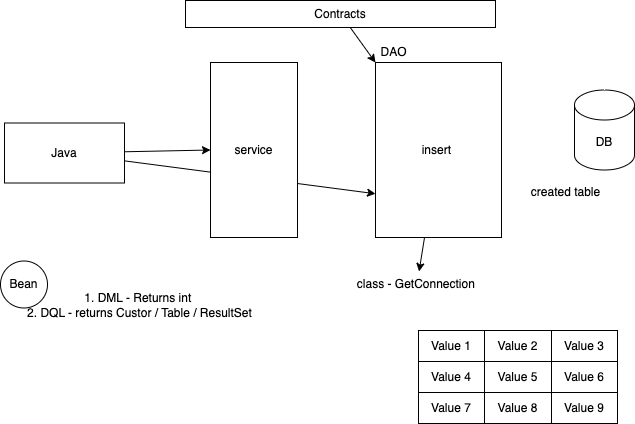
The draw.io diagram images/day5.drawio.png in adithnaveen/sapient-asde-mar-2024, before a commit. Source tidied: cells renumbered, new cells last; positions are measured from the earlier drawing's top-left corner, leaving out a move shared by most shapes.
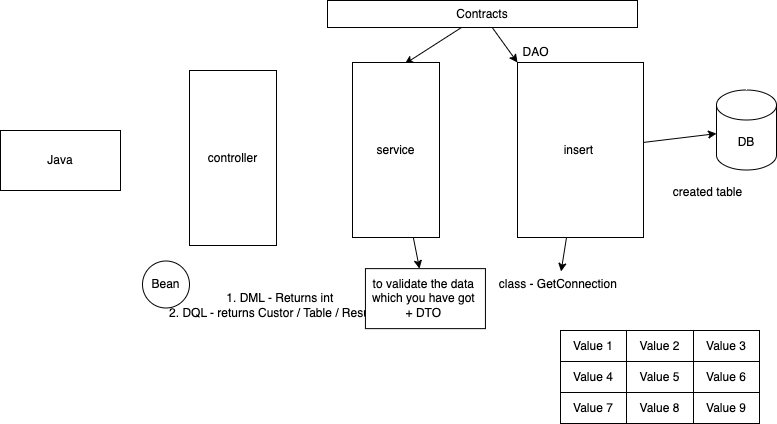
Above is the later version.

Change to the diagram source:
```diff
@@ -5,6 +5,9 @@
     <mxCell id="2" style="edgeStyle=none;html=1;" parent="1" edge="1" source="3" target="14">
       <mxGeometry relative="1" as="geometry" />
     </mxCell>
+    <mxCell id="29" style="edgeStyle=none;html=1;" parent="1" edge="1" source="3" target="4">
+      <mxGeometry relative="1" as="geometry" />
+    </mxCell>
     <mxCell id="3" value="insert&amp;nbsp;" style="rounded=0;whiteSpace=wrap;html=1;" parent="1" vertex="1">
       <mxGeometry x="375" y="62" width="126" height="175" as="geometry" />
     </mxCell>
@@ -14,14 +17,8 @@
     <mxCell id="5" value="created table" style="text;html=1;align=center;verticalAlign=middle;strokeColor=none;fillColor=none;" parent="1" vertex="1">
       <mxGeometry x="521" y="179" width="87" height="26" as="geometry" />
     </mxCell>
-    <mxCell id="6" style="edgeStyle=none;html=1;entryX=0;entryY=0.5;entryDx=0;entryDy=0;" parent="1" edge="1" source="8" target="13">
-      <mxGeometry relative="1" as="geometry" />
-    </mxCell>
-    <mxCell id="7" style="edgeStyle=none;html=1;entryX=0;entryY=0.75;entryDx=0;entryDy=0;" parent="1" edge="1" source="8" target="3">
-      <mxGeometry relative="1" as="geometry" />
-    </mxCell>
     <mxCell id="8" value="Java" style="whiteSpace=wrap;html=1;" parent="1" vertex="1">
-      <mxGeometry x="4" y="122.5" width="120" height="60" as="geometry" />
+      <mxGeometry x="-142" y="130" width="120" height="60" as="geometry" />
     </mxCell>
     <mxCell id="9" value="Bean" style="ellipse;whiteSpace=wrap;html=1;" parent="1" vertex="1">
       <mxGeometry y="260.5" width="47" height="47" as="geometry" />
@@ -32,9 +29,15 @@
     <mxCell id="11" style="edgeStyle=none;html=1;" parent="1" edge="1" source="12" target="3">
       <mxGeometry relative="1" as="geometry" />
     </mxCell>
+    <mxCell id="30" style="edgeStyle=none;html=1;entryX=0.601;entryY=0.008;entryDx=0;entryDy=0;entryPerimeter=0;" parent="1" edge="1" source="12" target="13">
+      <mxGeometry relative="1" as="geometry" />
+    </mxCell>
     <mxCell id="12" value="Contracts" style="rounded=0;whiteSpace=wrap;html=1;" parent="1" vertex="1">
       <mxGeometry x="185" width="310" height="27" as="geometry" />
     </mxCell>
+    <mxCell id="31" style="edgeStyle=none;html=1;" parent="1" edge="1" source="13" target="32">
+      <mxGeometry relative="1" as="geometry" />
+    </mxCell>
     <mxCell id="13" value="service" style="rounded=0;whiteSpace=wrap;html=1;" parent="1" vertex="1">
       <mxGeometry x="210" y="62" width="87" height="175" as="geometry" />
     </mxCell>
@@ -83,5 +86,11 @@
     <mxCell id="28" value="Value 9" style="strokeColor=inherit;fillColor=none;align=center;whiteSpace=wrap;html=1;" parent="25" vertex="1">
       <mxGeometry x="133" width="66" height="31" as="geometry" />
     </mxCell>
+    <mxCell id="32" value="to validate the data&amp;nbsp;&lt;br&gt;which you have got&amp;nbsp;&lt;br&gt;+ DTO&amp;nbsp;" style="rounded=0;whiteSpace=wrap;html=1;" parent="1" vertex="1">
+      <mxGeometry x="222.9" y="268.1" width="120" height="60" as="geometry" />
+    </mxCell>
+    <mxCell id="33" value="controller" style="rounded=0;whiteSpace=wrap;html=1;" parent="1" vertex="1">
+      <mxGeometry x="47" y="70" width="87" height="175" as="geometry" />
+    </mxCell>
   </root>
 </mxGraphModel>
```
